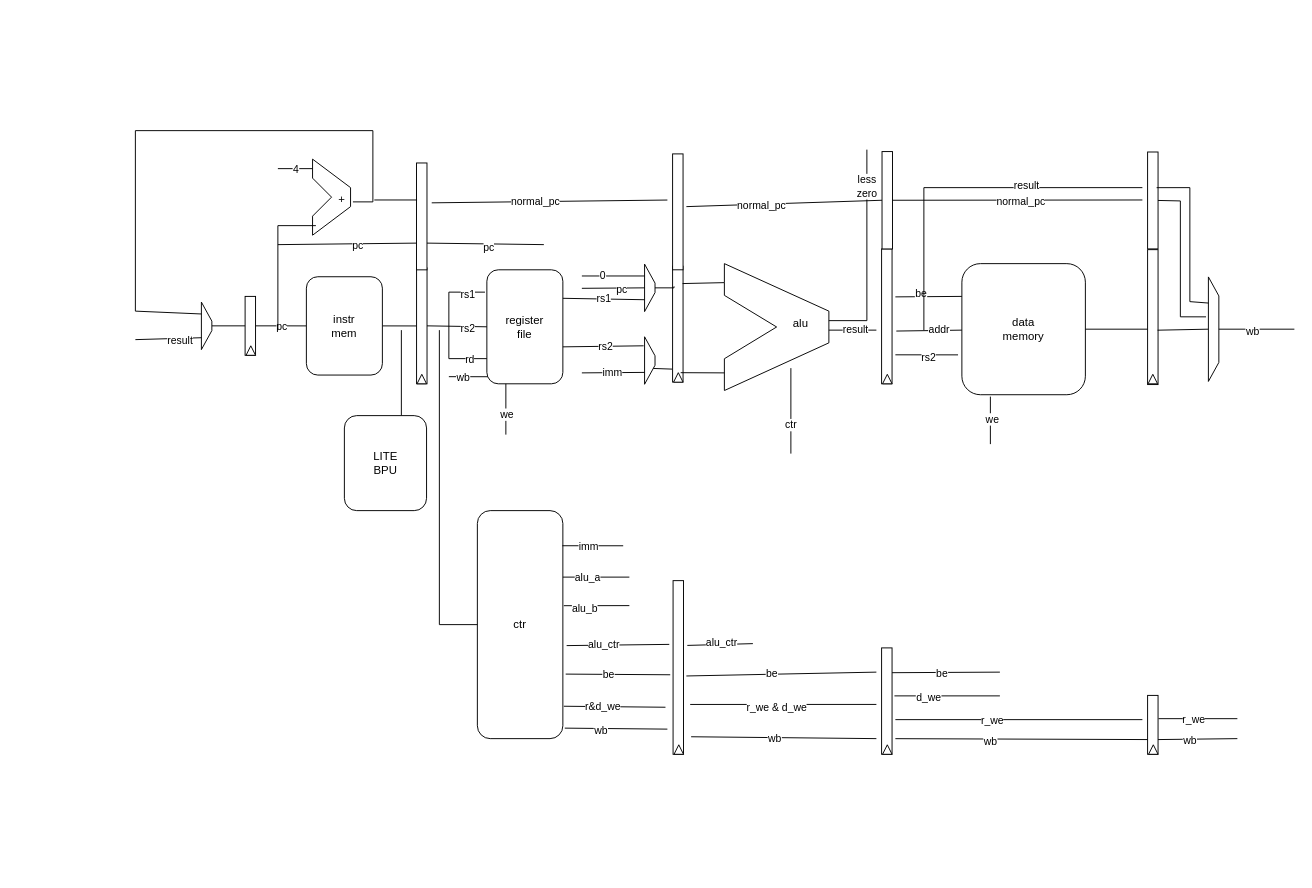
Above: Schematic.drawio in kanosukii/rvcore_5stages (draw.io), before the change. Source tidied: cells renumbered, new cells numbered last; positions are measured from the earlier drawing's top-left corner, leaving out a move shared by most shapes. Both pictures are drawn from the tidied source at 95%, with x=0, y=0 at pixel (135, 130).
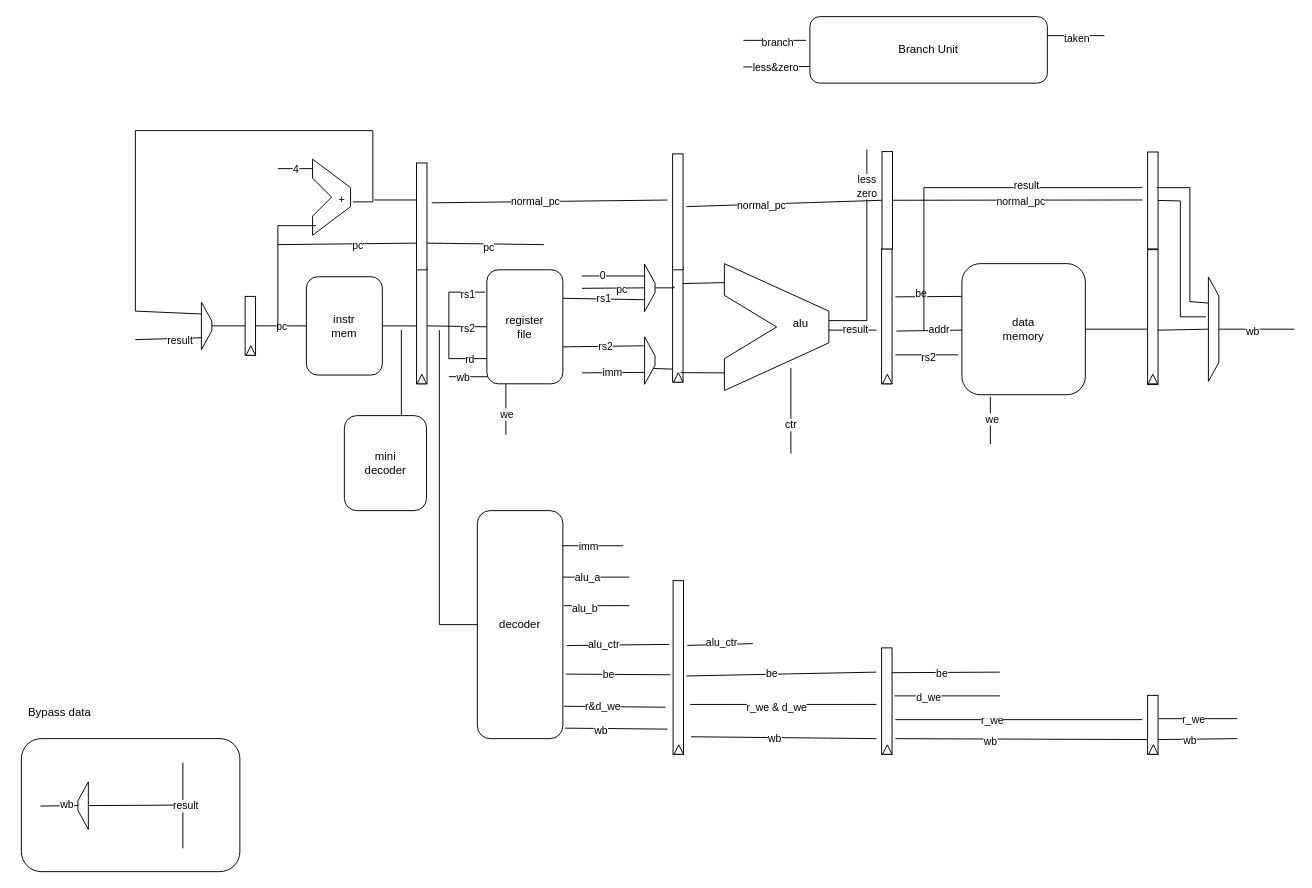
Above is the later version.

The edit, as a diff of the source:
```diff
@@
-    <mxCell id="55" value="ctr" style="rounded=1;whiteSpace=wrap;html=1;" parent="1" vertex="1">
+    <mxCell id="55" value="decoder" style="rounded=1;whiteSpace=wrap;html=1;" parent="1" vertex="1">
       <mxGeometry x="360" y="400" width="90" height="240" as="geometry" />
     </mxCell>
@@
-    <mxCell id="82" value="LITE&lt;br&gt;&lt;div&gt;BPU&lt;/div&gt;" style="rounded=1;whiteSpace=wrap;html=1;" parent="1" vertex="1">
+    <mxCell id="82" value="mini&lt;div&gt;decoder&lt;/div&gt;" style="rounded=1;whiteSpace=wrap;html=1;" parent="1" vertex="1">
       <mxGeometry x="220" y="300" width="86.5" height="100" as="geometry" />
     </mxCell>
@@
+    <mxCell id="149" style="rounded=1;whiteSpace=wrap;html=1;" parent="1" vertex="1">
+      <mxGeometry x="-120" y="640" width="230" height="140" as="geometry" />
+    </mxCell>
+    <mxCell id="150" style="endArrow=none;html=1;rounded=0;" parent="1" edge="1">
+      <mxGeometry relative="1" as="geometry">
+        <mxPoint x="50" y="755.5" as="sourcePoint" />
+        <mxPoint x="50" y="665.5" as="targetPoint" />
+      </mxGeometry>
+    </mxCell>
+    <mxCell id="151" value="result" style="edgeLabel;html=1;align=center;verticalAlign=middle;" parent="150" vertex="1">
+      <mxGeometry y="-2" relative="1" as="geometry" />
+    </mxCell>
+    <mxCell id="152" style="shape=trapezoid;perimeter=trapezoidPerimeter;whiteSpace=wrap;html=1;fixedSize=1;rotation=-90;" parent="1" vertex="1">
+      <mxGeometry x="-80" y="705" width="50" height="11" as="geometry" />
+    </mxCell>
+    <mxCell id="153" style="endArrow=none;html=1;rounded=0;entryX=0.5;entryY=1;entryDx=0;entryDy=0;" parent="1" edge="1" target="152">
+      <mxGeometry relative="1" as="geometry">
+        <mxPoint x="40" y="710" as="sourcePoint" />
+      </mxGeometry>
+    </mxCell>
+    <mxCell id="154" style="endArrow=none;html=1;rounded=0;exitX=0.5;exitY=0;exitDx=0;exitDy=0;" parent="1" edge="1" source="152">
+      <mxGeometry relative="1" as="geometry">
+        <mxPoint x="-100" y="711" as="targetPoint" />
+      </mxGeometry>
+    </mxCell>
+    <mxCell id="155" value="wb" style="edgeLabel;html=1;align=center;verticalAlign=middle;" parent="154" vertex="1">
+      <mxGeometry x="-0.41" y="-1" relative="1" as="geometry" />
+    </mxCell>
+    <mxCell id="156" value="Bypass data" style="text;html=1;align=center;verticalAlign=middle;strokeColor=none;fillColor=none;" parent="1" vertex="1">
+      <mxGeometry x="-125" y="598" width="90" height="30" as="geometry" />
+    </mxCell>
+    <mxCell id="157" value="Branch Unit" style="rounded=1;whiteSpace=wrap;html=1;" parent="1" vertex="1">
+      <mxGeometry x="710" y="-120" width="250" height="70" as="geometry" />
+    </mxCell>
+    <mxCell id="158" style="endArrow=none;html=1;rounded=0;entryX=-0.016;entryY=0.357;entryDx=0;entryDy=0;entryPerimeter=0;" parent="1" edge="1" target="157">
+      <mxGeometry relative="1" as="geometry">
+        <mxPoint x="640" y="-95" as="sourcePoint" />
+      </mxGeometry>
+    </mxCell>
+    <mxCell id="159" value="branch" style="edgeLabel;html=1;align=center;verticalAlign=middle;" parent="158" vertex="1">
+      <mxGeometry x="0.06" y="-2" relative="1" as="geometry" />
+    </mxCell>
+    <mxCell id="160" style="endArrow=none;html=1;rounded=0;entryX=0;entryY=0.75;entryDx=0;entryDy=0;" parent="1" edge="1" target="157">
+      <mxGeometry relative="1" as="geometry">
+        <mxPoint x="640" y="-67" as="sourcePoint" />
+      </mxGeometry>
+    </mxCell>
+    <mxCell id="161" value="less&amp;amp;zero" style="edgeLabel;html=1;align=center;verticalAlign=middle;" parent="160" vertex="1">
+      <mxGeometry x="-0.06" y="-1" relative="1" as="geometry" />
+    </mxCell>
+    <mxCell id="162" style="endArrow=none;html=1;rounded=0;" parent="1" edge="1">
+      <mxGeometry relative="1" as="geometry">
+        <mxPoint x="960" y="-100" as="sourcePoint" />
+        <mxPoint x="1020" y="-100" as="targetPoint" />
+      </mxGeometry>
+    </mxCell>
+    <mxCell id="163" value="taken" style="edgeLabel;html=1;align=center;verticalAlign=middle;" parent="162" vertex="1">
+      <mxGeometry x="-0.3" y="-2" relative="1" as="geometry">
+        <mxPoint x="9" as="offset" />
+      </mxGeometry>
+    </mxCell>
```
